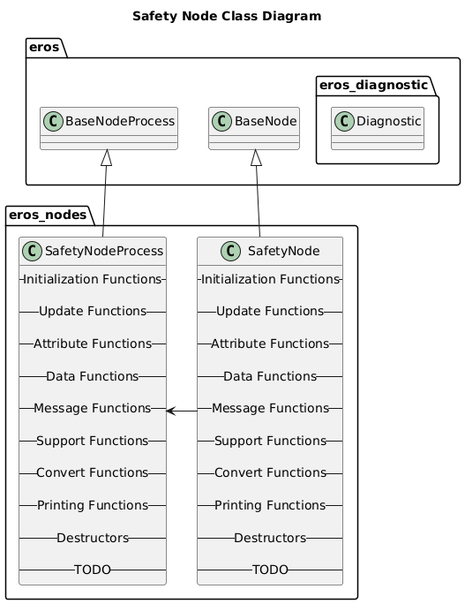
Earlier version of the PlantUML export nodes/SafetyNode/doc/output/SafetyNodeClassDiagram.png (dgitz/eros).
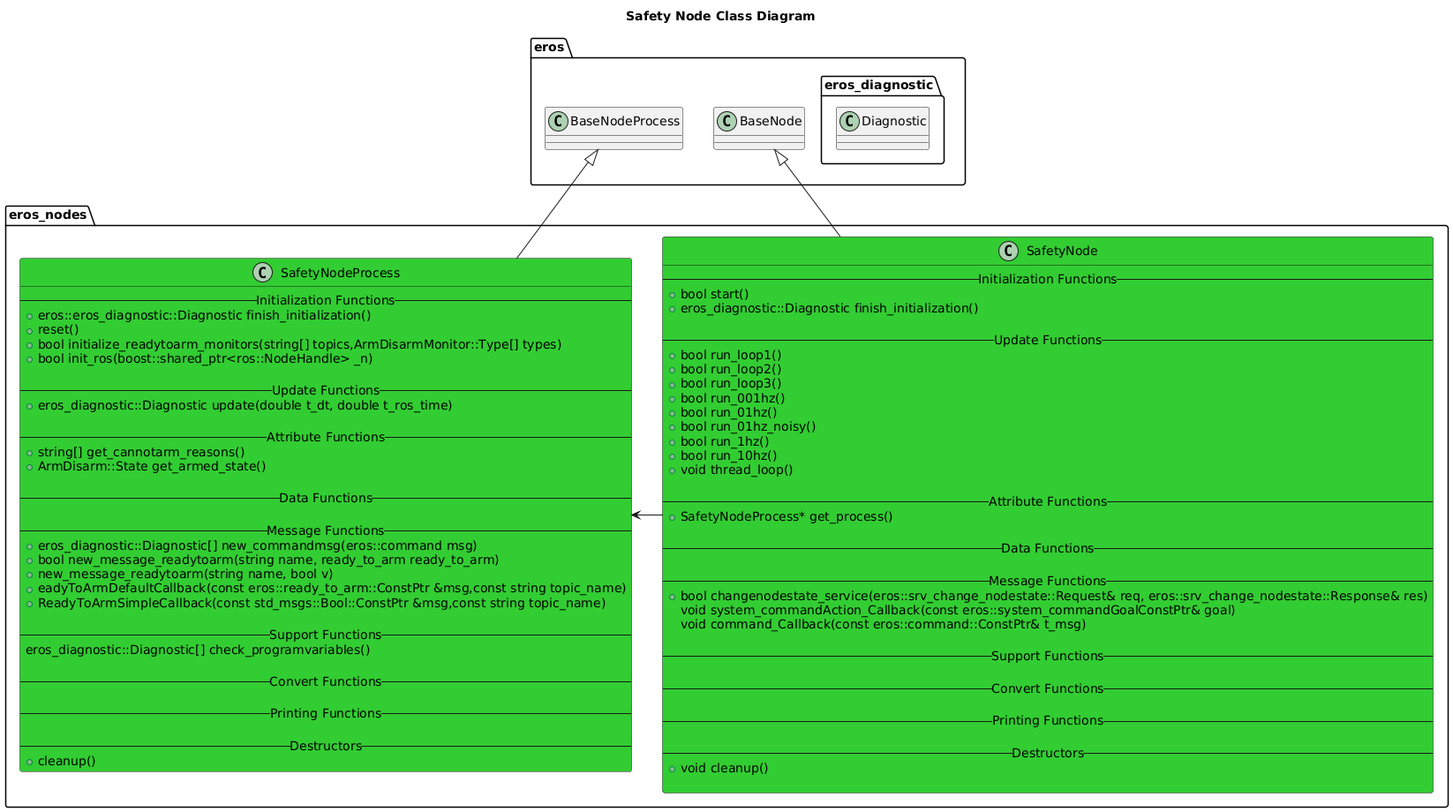
The same file after the commit.

Commit message:
Added class diagrams for all nodes.

Diff of the diagram source:
```diff
@@ -8,16 +8,31 @@
     }
 }
 namespace eros_nodes {
-    class SafetyNode {
+    class SafetyNode #LimeGreen {
         -- Initialization Functions --
+        +bool start()
+        +eros_diagnostic::Diagnostic finish_initialization()
 
         -- Update Functions --
+        +bool run_loop1()
+        +bool run_loop2()
+        +bool run_loop3()
+        +bool run_001hz()
+        +bool run_01hz()
+        +bool run_01hz_noisy()
+        +bool run_1hz()
+        +bool run_10hz()
+        +void thread_loop()
 
         -- Attribute Functions --
+        +SafetyNodeProcess* get_process()
 
         -- Data Functions --
 
         -- Message Functions --
+        +bool changenodestate_service(eros::srv_change_nodestate::Request& req, eros::srv_change_nodestate::Response& res)
+        void system_commandAction_Callback(const eros::system_commandGoalConstPtr& goal)
+        void command_Callback(const eros::command::ConstPtr& t_msg)
 
         -- Support Functions --
 
@@ -26,29 +41,41 @@
         -- Printing Functions --
 
         -- Destructors --
+        +void cleanup()
 
-        -- TODO --
     }
-    class SafetyNodeProcess {
+    class SafetyNodeProcess #LimeGreen {
         -- Initialization Functions --
+        +eros::eros_diagnostic::Diagnostic finish_initialization()
+        +reset()
+        +bool initialize_readytoarm_monitors(string[] topics,ArmDisarmMonitor::Type[] types)
+        +bool init_ros(boost::shared_ptr<ros::NodeHandle> _n)
 
         -- Update Functions --
+        +eros_diagnostic::Diagnostic update(double t_dt, double t_ros_time)
 
         -- Attribute Functions --
+        +string[] get_cannotarm_reasons()
+        +ArmDisarm::State get_armed_state()
 
         -- Data Functions --
 
         -- Message Functions --
+        +eros_diagnostic::Diagnostic[] new_commandmsg(eros::command msg)
+        +bool new_message_readytoarm(string name, ready_to_arm ready_to_arm)
+        +new_message_readytoarm(string name, bool v)
+        +eadyToArmDefaultCallback(const eros::ready_to_arm::ConstPtr &msg,const string topic_name)
+        +ReadyToArmSimpleCallback(const std_msgs::Bool::ConstPtr &msg,const string topic_name)
 
         -- Support Functions --
+        eros_diagnostic::Diagnostic[] check_programvariables()
 
         -- Convert Functions --
 
         -- Printing Functions --
 
         -- Destructors --
-
-        -- TODO --
+        +cleanup()
     }
 
     BaseNode <|-- SafetyNode
```
